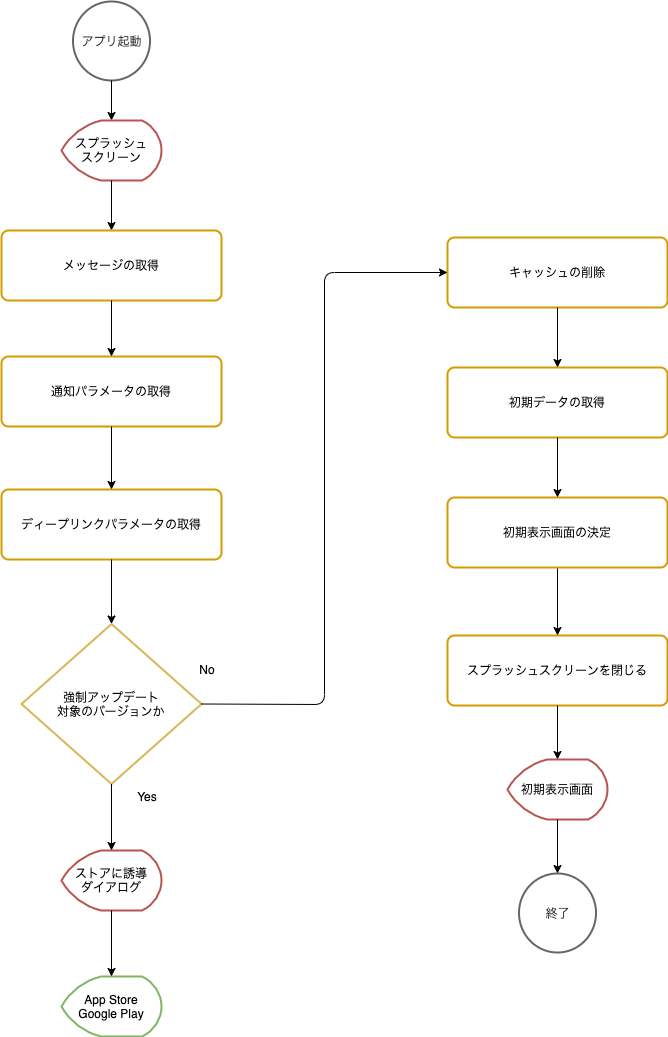
This is website/docs/react-native/santoku/application-architecture/life-cycle-management/initialization-flow.drawio.png from ws-4020/mobile-app-crib-notes, a draw.io export, as it was before one commit. Source tidied: cells renumbered, new cells last; positions are measured from the earlier drawing's top-left corner, leaving out a move shared by most shapes.
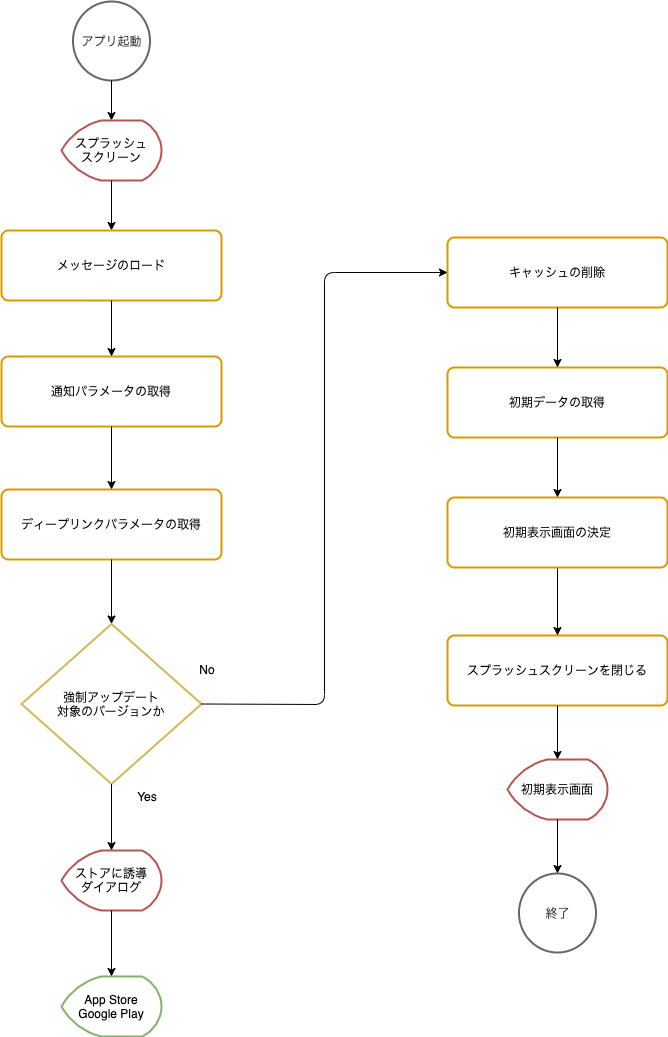
After the commit.

Commit message:
メッセージの取得→メッセージのロードに変更

Diff of the diagram source:
```diff
@@ -88,7 +88,7 @@
         </Array>
       </mxGeometry>
     </mxCell>
-    <mxCell id="29" value="メッセージの取得" style="rounded=1;whiteSpace=wrap;html=1;absoluteArcSize=1;arcSize=14;strokeWidth=2;verticalAlign=middle;strokeColor=#d79b00;" parent="1" vertex="1">
+    <mxCell id="29" value="メッセージのロード" style="rounded=1;whiteSpace=wrap;html=1;absoluteArcSize=1;arcSize=14;strokeWidth=2;verticalAlign=middle;strokeColor=#d79b00;" parent="1" vertex="1">
       <mxGeometry y="229" width="220" height="70" as="geometry" />
     </mxCell>
     <mxCell id="30" style="endArrow=classic;html=1;exitX=0.5;exitY=1;exitDx=0;exitDy=0;" parent="1" edge="1" source="29" target="23">
```
